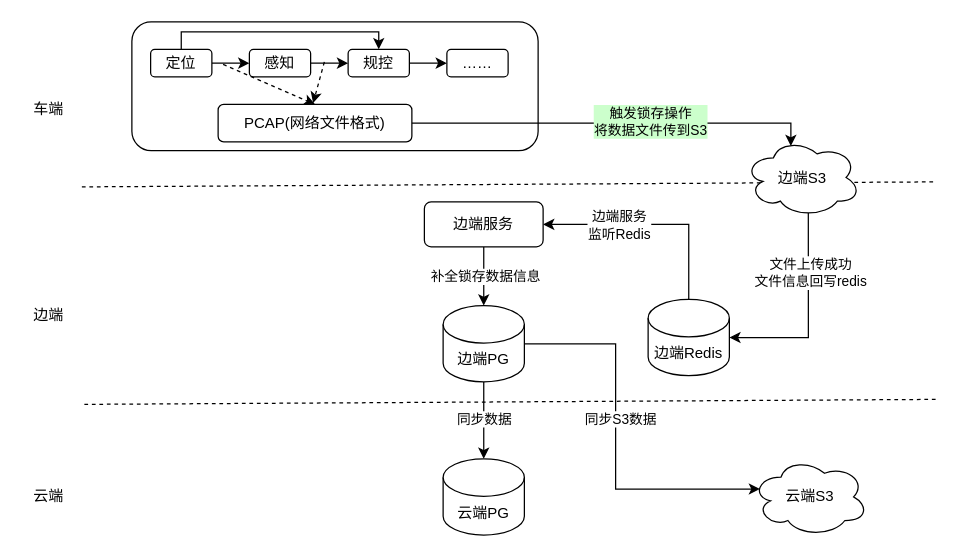
Before: framework/eq-datacloseloop.drawio in Morty123456/DrawIo, a draw.io diagram. Source tidied: cells renumbered, new cells numbered last; positions are measured from the earlier drawing's top-left corner, leaving out a move shared by most shapes. Both pictures are drawn from the tidied source at 125%, with x=0, y=0 at pixel (21, 21).
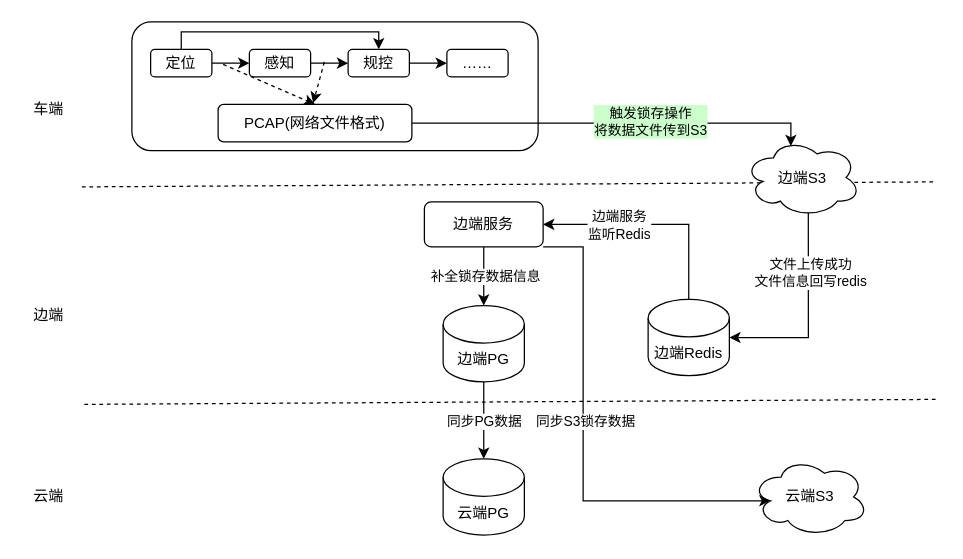
Above is the later version.

Unchanged cells that the change refers to:
```xml
<mxCell id="20" style="edgeStyle=orthogonalEdgeStyle;rounded=0;jettySize=auto;html=1;" parent="1" edge="1" source="22" target="33">
  <mxGeometry relative="1" as="geometry" />
</mxCell>
<mxCell id="22" value="边端PG" style="shape=cylinder3;whiteSpace=wrap;html=1;boundedLbl=1;backgroundOutline=1;size=15;" parent="1" vertex="1">
  <mxGeometry x="337" y="227" width="65" height="61" as="geometry" />
</mxCell>
<mxCell id="32" value="边端服务" style="rounded=1;whiteSpace=wrap;html=1;" parent="1" vertex="1">
  <mxGeometry x="322" y="144" width="95" height="36" as="geometry" />
</mxCell>
<mxCell id="34" value="云端S3" style="ellipse;shape=cloud;whiteSpace=wrap;html=1;" parent="1" vertex="1">
  <mxGeometry x="584" y="348.5" width="93" height="63" as="geometry" />
</mxCell>
```

The edit, as a diff of the source:
```diff
@@
-    <mxCell id="21" value="同步数据" style="edgeLabel;html=1;align=center;verticalAlign=middle;" parent="20" vertex="1">
-      <mxGeometry x="-0.06" relative="1" as="geometry" />
+    <mxCell id="21" value="同步PG数据" style="edgeLabel;html=1;align=center;verticalAlign=middle;" parent="20" vertex="1">
+      <mxGeometry x="-0.06" relative="1" as="geometry">
+        <mxPoint y="2" as="offset" />
+      </mxGeometry>
     </mxCell>
@@
-    <mxCell id="35" style="edgeStyle=orthogonalEdgeStyle;rounded=0;jettySize=auto;html=1;entryX=0.07;entryY=0.4;entryDx=0;entryDy=0;entryPerimeter=0;" parent="1" edge="1" source="22" target="34">
-      <mxGeometry relative="1" as="geometry">
-        <Array as="points">
-          <mxPoint x="475" y="258" />
-          <mxPoint x="475" y="374" />
-        </Array>
-      </mxGeometry>
-    </mxCell>
-    <mxCell id="36" value="同步S3数据" style="edgeLabel;html=1;align=center;verticalAlign=middle;" parent="35" vertex="1">
-      <mxGeometry x="-0.13" y="3" relative="1" as="geometry" />
-    </mxCell>
+    <mxCell id="37" style="edgeStyle=orthogonalEdgeStyle;rounded=0;jettySize=auto;html=1;exitX=1;exitY=1;exitDx=0;exitDy=0;entryX=0.16;entryY=0.55;entryDx=0;entryDy=0;entryPerimeter=0;" parent="1" edge="1" source="32" target="34">
+      <mxGeometry relative="1" as="geometry">
+        <Array as="points">
+          <mxPoint x="449" y="180" />
+          <mxPoint x="449" y="383" />
+        </Array>
+      </mxGeometry>
+    </mxCell>
+    <mxCell id="38" value="同步S3锁存数据" style="edgeLabel;html=1;align=center;verticalAlign=middle;" parent="37" vertex="1">
+      <mxGeometry x="-0.11" y="1" relative="1" as="geometry" />
+    </mxCell>
```
